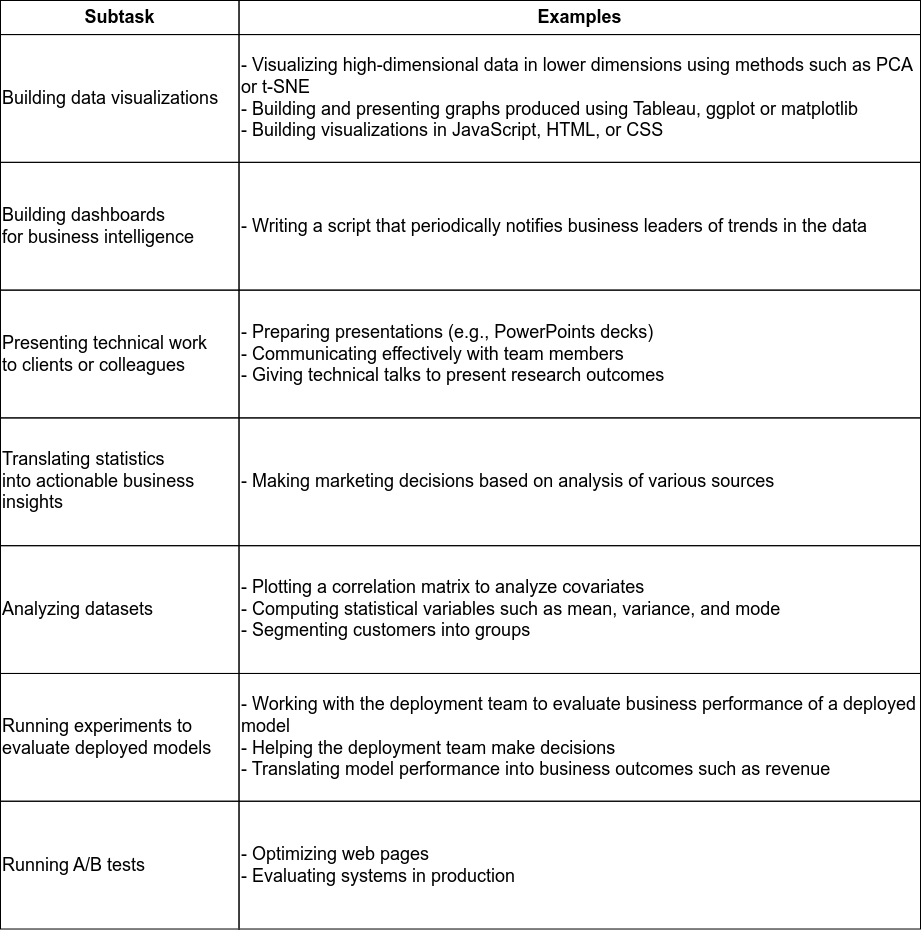
The draw.io diagram diagrams/tasks_business_analysis.drawio.png in ryndovaira-org/data_science_lectures, before a commit. Source tidied: cells renumbered, new cells last; positions are measured from the earlier drawing's top-left corner, leaving out a move shared by most shapes.
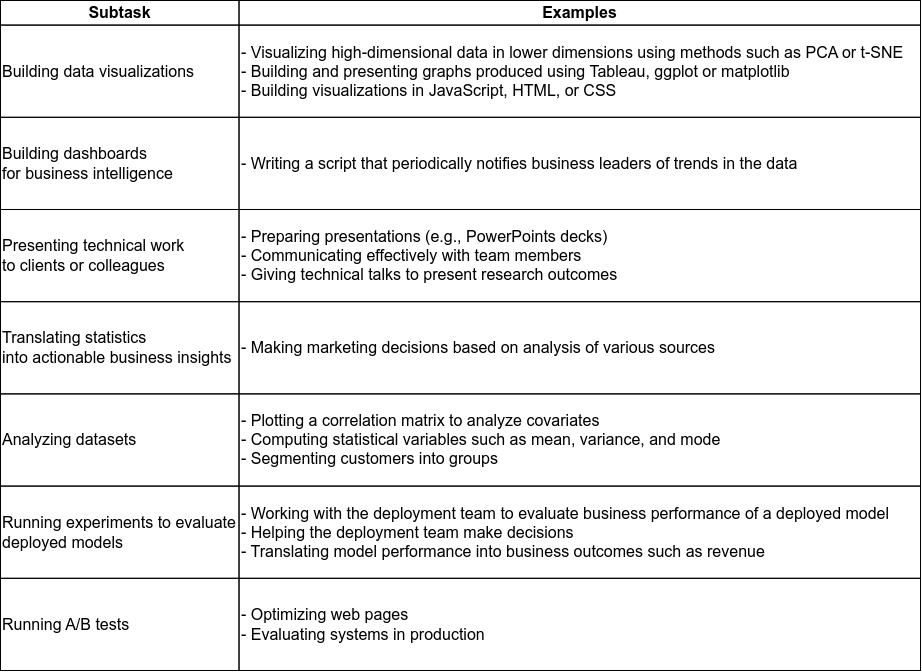
The same file after the commit.

Diff of the diagram source:
```diff
@@ -2,56 +2,56 @@
   <root>
     <mxCell id="0" />
     <mxCell id="1" parent="0" />
-    <mxCell id="2" style="group;" parent="1" vertex="1">
-      <mxGeometry width="920" height="928.5" as="geometry" />
+    <mxCell id="2" style="group;fontSize=16;" parent="1" vertex="1">
+      <mxGeometry width="920" height="670" as="geometry" />
     </mxCell>
-    <mxCell id="3" value="&lt;font style=&quot;font-size: 18px;&quot;&gt;Subtask&lt;/font&gt;" style="rounded=0;whiteSpace=wrap;html=1;fillColor=none;fontSize=18;fontStyle=1;" parent="2" vertex="1">
-      <mxGeometry width="238.5" height="34.1" as="geometry" />
+    <mxCell id="3" value="&lt;font style=&quot;font-size: 16px;&quot;&gt;Subtask&lt;/font&gt;" style="rounded=0;whiteSpace=wrap;html=1;fillColor=none;fontSize=16;fontStyle=1;" parent="2" vertex="1">
+      <mxGeometry width="238.5" height="24.6" as="geometry" />
     </mxCell>
-    <mxCell id="4" value="&lt;font style=&quot;font-size: 18px;&quot;&gt;Examples&lt;/font&gt;" style="rounded=0;whiteSpace=wrap;html=1;fillColor=none;fontSize=18;fontStyle=1;" parent="2" vertex="1">
-      <mxGeometry x="238.5" width="681.5" height="34.1" as="geometry" />
+    <mxCell id="4" value="&lt;font style=&quot;font-size: 16px;&quot;&gt;Examples&lt;/font&gt;" style="rounded=0;whiteSpace=wrap;html=1;fillColor=none;fontSize=16;fontStyle=1;" parent="2" vertex="1">
+      <mxGeometry x="238.5" width="681.5" height="24.6" as="geometry" />
     </mxCell>
-    <mxCell id="5" value="&lt;div style=&quot;font-size: 18px;&quot;&gt;Building data visualizations&lt;br style=&quot;font-size: 18px;&quot;&gt;&lt;/div&gt;" style="rounded=0;whiteSpace=wrap;html=1;align=left;fontSize=18;fillColor=none;" parent="2" vertex="1">
-      <mxGeometry y="34.1" width="238.5" height="127.8" as="geometry" />
+    <mxCell id="5" value="&lt;div style=&quot;font-size: 16px;&quot;&gt;Building data visualizations&lt;br style=&quot;font-size: 16px;&quot;&gt;&lt;/div&gt;" style="rounded=0;whiteSpace=wrap;html=1;align=left;fontSize=16;fillColor=none;" parent="2" vertex="1">
+      <mxGeometry y="24.6" width="238.5" height="92.2" as="geometry" />
     </mxCell>
-    <mxCell id="6" value="&lt;div style=&quot;font-size: 18px;&quot;&gt;- Visualizing high-dimensional data in lower dimensions using methods&amp;nbsp;&lt;span style=&quot;background-color: initial; font-size: 18px;&quot;&gt;such as PCA or t-SNE&lt;/span&gt;&lt;/div&gt;&lt;div style=&quot;font-size: 18px;&quot;&gt;- Building and presenting graphs produced using Tableau, ggplot or&amp;nbsp;&lt;span style=&quot;background-color: initial; font-size: 18px;&quot;&gt;matplotlib&lt;/span&gt;&lt;/div&gt;&lt;div style=&quot;font-size: 18px;&quot;&gt;- Building visualizations in JavaScript, HTML, or CSS&lt;/div&gt;" style="rounded=0;whiteSpace=wrap;html=1;align=left;fontSize=18;fillColor=none;" parent="2" vertex="1">
-      <mxGeometry x="238.5" y="34.1" width="681.5" height="127.8" as="geometry" />
+    <mxCell id="6" value="&lt;div style=&quot;font-size: 16px;&quot;&gt;- Visualizing high-dimensional data in lower dimensions using methods&amp;nbsp;&lt;span style=&quot;background-color: initial; font-size: 16px;&quot;&gt;such as PCA or t-SNE&lt;/span&gt;&lt;/div&gt;&lt;div style=&quot;font-size: 16px;&quot;&gt;- Building and presenting graphs produced using Tableau, ggplot or&amp;nbsp;&lt;span style=&quot;background-color: initial; font-size: 16px;&quot;&gt;matplotlib&lt;/span&gt;&lt;/div&gt;&lt;div style=&quot;font-size: 16px;&quot;&gt;- Building visualizations in JavaScript, HTML, or CSS&lt;/div&gt;" style="rounded=0;whiteSpace=wrap;html=1;align=left;fontSize=16;fillColor=none;" parent="2" vertex="1">
+      <mxGeometry x="238.5" y="24.6" width="681.5" height="92.2" as="geometry" />
     </mxCell>
-    <mxCell id="7" value="&lt;div style=&quot;font-size: 18px;&quot;&gt;&lt;div style=&quot;font-size: 18px;&quot;&gt;Building dashboards for&amp;nbsp;&lt;span style=&quot;background-color: initial; font-size: 18px;&quot;&gt;business&amp;nbsp;&lt;/span&gt;&lt;span style=&quot;background-color: initial; font-size: 18px;&quot;&gt;intelligence&lt;/span&gt;&lt;/div&gt;&lt;/div&gt;" style="rounded=0;html=1;fontSize=18;align=left;labelBackgroundColor=none;fillColor=none;whiteSpace=wrap;" parent="2" vertex="1">
-      <mxGeometry y="161.9" width="238.5" height="127.8" as="geometry" />
+    <mxCell id="7" value="&lt;div style=&quot;font-size: 16px;&quot;&gt;&lt;div style=&quot;font-size: 16px;&quot;&gt;Building dashboards for&amp;nbsp;&lt;span style=&quot;background-color: initial; font-size: 16px;&quot;&gt;business&amp;nbsp;&lt;/span&gt;&lt;span style=&quot;background-color: initial; font-size: 16px;&quot;&gt;intelligence&lt;/span&gt;&lt;/div&gt;&lt;/div&gt;" style="rounded=0;html=1;fontSize=16;align=left;labelBackgroundColor=none;fillColor=none;whiteSpace=wrap;" parent="2" vertex="1">
+      <mxGeometry y="116.8" width="238.5" height="92.2" as="geometry" />
     </mxCell>
-    <mxCell id="8" value="&lt;div style=&quot;font-size: 18px;&quot;&gt;- Writing a script that periodically notifies business leaders of trends in&amp;nbsp;&lt;span style=&quot;background-color: initial; font-size: 18px;&quot;&gt;the data&lt;/span&gt;&lt;/div&gt;" style="rounded=0;html=1;fontSize=18;align=left;labelBackgroundColor=none;fillColor=none;whiteSpace=wrap;" parent="2" vertex="1">
-      <mxGeometry x="238.5" y="161.9" width="681.5" height="127.8" as="geometry" />
+    <mxCell id="8" value="&lt;div style=&quot;font-size: 16px;&quot;&gt;- Writing a script that periodically notifies business leaders of trends in&amp;nbsp;&lt;span style=&quot;background-color: initial; font-size: 16px;&quot;&gt;the data&lt;/span&gt;&lt;/div&gt;" style="rounded=0;html=1;fontSize=16;align=left;labelBackgroundColor=none;fillColor=none;whiteSpace=wrap;" parent="2" vertex="1">
+      <mxGeometry x="238.5" y="116.8" width="681.5" height="92.2" as="geometry" />
     </mxCell>
-    <mxCell id="9" value="&lt;div style=&quot;font-size: 18px;&quot;&gt;Presenting technical work to&amp;nbsp;&lt;span style=&quot;background-color: initial; font-size: 18px;&quot;&gt;clients or colleagues&lt;/span&gt;&lt;/div&gt;" style="rounded=0;html=1;fontSize=18;align=left;labelBackgroundColor=none;fillColor=none;whiteSpace=wrap;" parent="2" vertex="1">
-      <mxGeometry y="289.6" width="238.5" height="127.8" as="geometry" />
+    <mxCell id="9" value="&lt;div style=&quot;font-size: 16px;&quot;&gt;Presenting technical work to&amp;nbsp;&lt;span style=&quot;background-color: initial; font-size: 16px;&quot;&gt;clients or colleagues&lt;/span&gt;&lt;/div&gt;" style="rounded=0;html=1;fontSize=16;align=left;labelBackgroundColor=none;fillColor=none;whiteSpace=wrap;" parent="2" vertex="1">
+      <mxGeometry y="209" width="238.5" height="92.2" as="geometry" />
     </mxCell>
-    <mxCell id="10" value="- Preparing presentations (e.g., PowerPoints decks)&lt;br style=&quot;font-size: 18px;&quot;&gt;- Communicating effectively with team members&lt;br style=&quot;font-size: 18px;&quot;&gt;- Giving technical talks to present research outcomes" style="rounded=0;html=1;fontSize=18;align=left;labelBackgroundColor=none;fillColor=none;whiteSpace=wrap;" parent="2" vertex="1">
-      <mxGeometry x="238.5" y="289.6" width="681.5" height="127.8" as="geometry" />
+    <mxCell id="10" value="- Preparing presentations (e.g., PowerPoints decks)&lt;br style=&quot;font-size: 16px;&quot;&gt;- Communicating effectively with team members&lt;br style=&quot;font-size: 16px;&quot;&gt;- Giving technical talks to present research outcomes" style="rounded=0;html=1;fontSize=16;align=left;labelBackgroundColor=none;fillColor=none;whiteSpace=wrap;" parent="2" vertex="1">
+      <mxGeometry x="238.5" y="209" width="681.5" height="92.2" as="geometry" />
     </mxCell>
-    <mxCell id="11" value="&lt;div style=&quot;font-size: 18px;&quot;&gt;Translating statistics into&amp;nbsp;&lt;span style=&quot;background-color: initial; font-size: 18px;&quot;&gt;actionable business insights&lt;/span&gt;&lt;/div&gt;" style="rounded=0;html=1;fontSize=18;align=left;labelBackgroundColor=none;fillColor=none;whiteSpace=wrap;" parent="2" vertex="1">
-      <mxGeometry y="417.4" width="238.5" height="127.8" as="geometry" />
+    <mxCell id="11" value="&lt;div style=&quot;font-size: 16px;&quot;&gt;Translating statistics into&amp;nbsp;&lt;span style=&quot;background-color: initial; font-size: 16px;&quot;&gt;actionable business insights&lt;/span&gt;&lt;/div&gt;" style="rounded=0;html=1;fontSize=16;align=left;labelBackgroundColor=none;fillColor=none;whiteSpace=wrap;" parent="2" vertex="1">
+      <mxGeometry y="301.2" width="238.5" height="92.2" as="geometry" />
     </mxCell>
-    <mxCell id="12" value="- Making marketing decisions based on analysis of various sources" style="rounded=0;html=1;fontSize=18;align=left;labelBackgroundColor=none;fillColor=none;whiteSpace=wrap;" parent="2" vertex="1">
-      <mxGeometry x="238.5" y="417.4" width="681.5" height="127.8" as="geometry" />
+    <mxCell id="12" value="- Making marketing decisions based on analysis of various sources" style="rounded=0;html=1;fontSize=16;align=left;labelBackgroundColor=none;fillColor=none;whiteSpace=wrap;" parent="2" vertex="1">
+      <mxGeometry x="238.5" y="301.2" width="681.5" height="92.2" as="geometry" />
     </mxCell>
-    <mxCell id="13" value="Analyzing datasets" style="rounded=0;html=1;fontSize=18;align=left;labelBackgroundColor=none;fillColor=none;whiteSpace=wrap;" parent="2" vertex="1">
-      <mxGeometry y="545.2" width="238.5" height="127.8" as="geometry" />
+    <mxCell id="13" value="Analyzing datasets" style="rounded=0;html=1;fontSize=16;align=left;labelBackgroundColor=none;fillColor=none;whiteSpace=wrap;" parent="2" vertex="1">
+      <mxGeometry y="393.4" width="238.5" height="92.2" as="geometry" />
     </mxCell>
-    <mxCell id="14" value="&lt;div style=&quot;font-size: 18px;&quot;&gt;- Plotting a correlation matrix to analyze covariates&lt;/div&gt;&lt;div style=&quot;font-size: 18px;&quot;&gt;- Computing statistical variables such as mean, variance, and mode&lt;/div&gt;&lt;div style=&quot;font-size: 18px;&quot;&gt;- Segmenting customers into groups&lt;/div&gt;" style="rounded=0;html=1;fontSize=18;align=left;labelBackgroundColor=none;fillColor=none;whiteSpace=wrap;" parent="2" vertex="1">
-      <mxGeometry x="238.5" y="545.2" width="681.5" height="127.8" as="geometry" />
+    <mxCell id="14" value="&lt;div style=&quot;font-size: 16px;&quot;&gt;- Plotting a correlation matrix to analyze covariates&lt;/div&gt;&lt;div style=&quot;font-size: 16px;&quot;&gt;- Computing statistical variables such as mean, variance, and mode&lt;/div&gt;&lt;div style=&quot;font-size: 16px;&quot;&gt;- Segmenting customers into groups&lt;/div&gt;" style="rounded=0;html=1;fontSize=16;align=left;labelBackgroundColor=none;fillColor=none;whiteSpace=wrap;" parent="2" vertex="1">
+      <mxGeometry x="238.5" y="393.4" width="681.5" height="92.2" as="geometry" />
     </mxCell>
-    <mxCell id="15" value="&lt;div style=&quot;font-size: 18px;&quot;&gt;Running&amp;nbsp;&lt;span style=&quot;background-color: initial; font-size: 18px;&quot;&gt;experiments to evaluate de&lt;/span&gt;&lt;span style=&quot;background-color: initial; font-size: 18px;&quot;&gt;ployed models&lt;/span&gt;&lt;/div&gt;" style="rounded=0;html=1;fontSize=18;align=left;labelBackgroundColor=none;fillColor=none;whiteSpace=wrap;" parent="2" vertex="1">
-      <mxGeometry y="673" width="238.5" height="127.8" as="geometry" />
+    <mxCell id="15" value="&lt;div style=&quot;font-size: 16px;&quot;&gt;Running&amp;nbsp;&lt;span style=&quot;background-color: initial; font-size: 16px;&quot;&gt;experiments to evaluate de&lt;/span&gt;&lt;span style=&quot;background-color: initial; font-size: 16px;&quot;&gt;ployed models&lt;/span&gt;&lt;/div&gt;" style="rounded=0;html=1;fontSize=16;align=left;labelBackgroundColor=none;fillColor=none;whiteSpace=wrap;" parent="2" vertex="1">
+      <mxGeometry y="485.6" width="238.5" height="92.2" as="geometry" />
     </mxCell>
-    <mxCell id="16" value="&lt;div style=&quot;font-size: 18px;&quot;&gt;- Working with the deployment team to evaluate business performance of&amp;nbsp;&lt;span style=&quot;background-color: initial; font-size: 18px;&quot;&gt;a deployed model&lt;/span&gt;&lt;/div&gt;&lt;div style=&quot;font-size: 18px;&quot;&gt;- Helping the deployment team make decisions&lt;/div&gt;&lt;div style=&quot;font-size: 18px;&quot;&gt;- Translating model performance into business outcomes such as revenue&lt;/div&gt;" style="rounded=0;html=1;fontSize=18;align=left;labelBackgroundColor=none;fillColor=none;whiteSpace=wrap;" parent="2" vertex="1">
-      <mxGeometry x="238.5" y="673" width="681.5" height="127.8" as="geometry" />
+    <mxCell id="16" value="&lt;div style=&quot;font-size: 16px;&quot;&gt;- Working with the deployment team to evaluate business performance of&amp;nbsp;&lt;span style=&quot;background-color: initial; font-size: 16px;&quot;&gt;a deployed model&lt;/span&gt;&lt;/div&gt;&lt;div style=&quot;font-size: 16px;&quot;&gt;- Helping the deployment team make decisions&lt;/div&gt;&lt;div style=&quot;font-size: 16px;&quot;&gt;- Translating model performance into business outcomes such as revenue&lt;/div&gt;" style="rounded=0;html=1;fontSize=16;align=left;labelBackgroundColor=none;fillColor=none;whiteSpace=wrap;" parent="2" vertex="1">
+      <mxGeometry x="238.5" y="485.6" width="681.5" height="92.2" as="geometry" />
     </mxCell>
-    <mxCell id="17" value="Running A/B tests" style="rounded=0;html=1;fontSize=18;align=left;labelBackgroundColor=none;fillColor=none;whiteSpace=wrap;" parent="2" vertex="1">
-      <mxGeometry y="800.7" width="238.5" height="127.8" as="geometry" />
+    <mxCell id="17" value="Running A/B tests" style="rounded=0;html=1;fontSize=16;align=left;labelBackgroundColor=none;fillColor=none;whiteSpace=wrap;" parent="2" vertex="1">
+      <mxGeometry y="577.8" width="238.5" height="92.2" as="geometry" />
     </mxCell>
-    <mxCell id="18" value="&lt;div style=&quot;font-size: 18px;&quot;&gt;- Optimizing web pages&lt;/div&gt;&lt;div style=&quot;font-size: 18px;&quot;&gt;- Evaluating systems in production&lt;/div&gt;" style="rounded=0;html=1;fontSize=18;align=left;labelBackgroundColor=none;fillColor=none;whiteSpace=wrap;" parent="2" vertex="1">
-      <mxGeometry x="238.5" y="800.7" width="681.5" height="127.8" as="geometry" />
+    <mxCell id="18" value="&lt;div style=&quot;font-size: 16px;&quot;&gt;- Optimizing web pages&lt;/div&gt;&lt;div style=&quot;font-size: 16px;&quot;&gt;- Evaluating systems in production&lt;/div&gt;" style="rounded=0;html=1;fontSize=16;align=left;labelBackgroundColor=none;fillColor=none;whiteSpace=wrap;" parent="2" vertex="1">
+      <mxGeometry x="238.5" y="577.8" width="681.5" height="92.2" as="geometry" />
     </mxCell>
   </root>
 </mxGraphModel>
```
